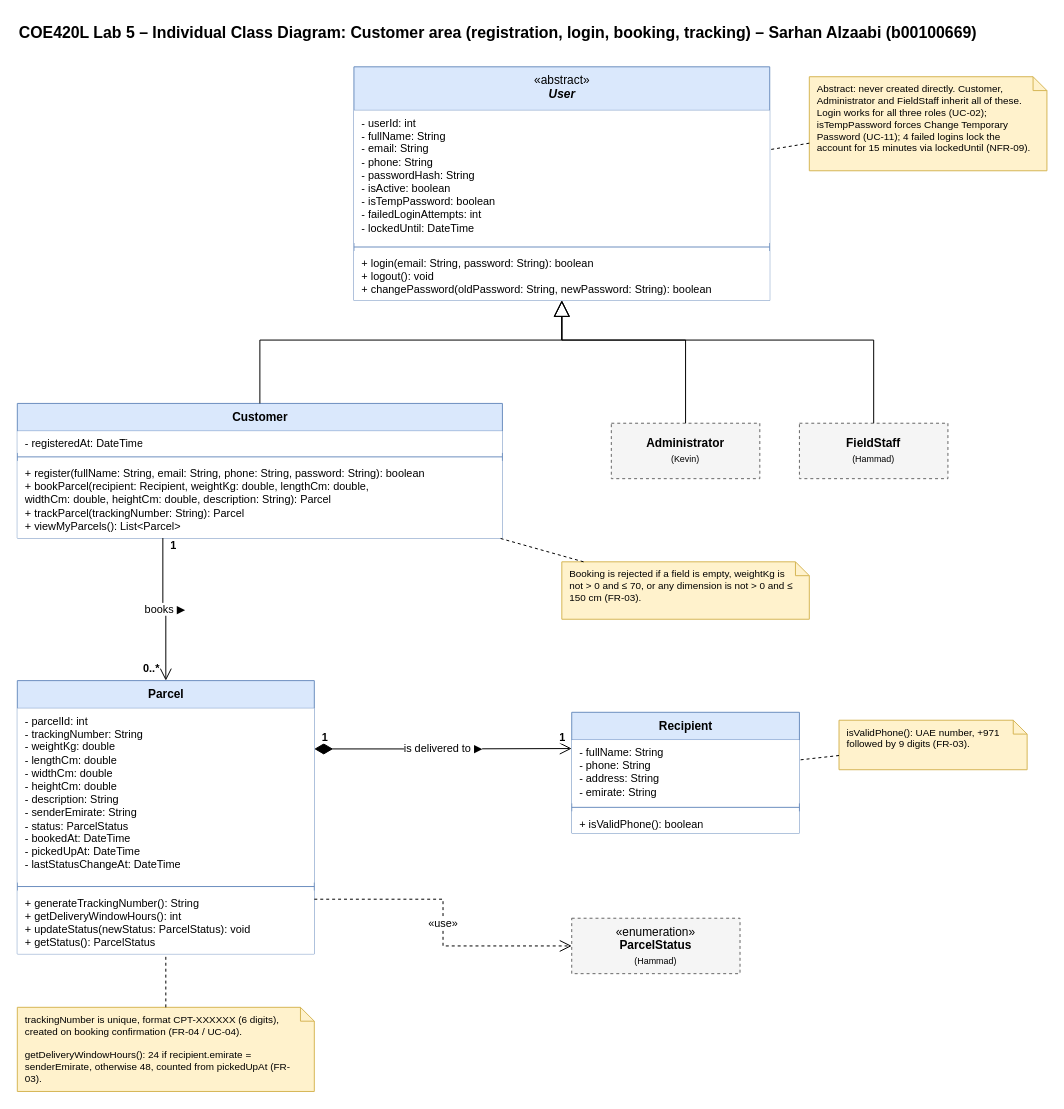
This is Project/Object_Modeling/Individual_Models/Sarhan_Alzaabi_Customer_Class_Diagram.drawio from COE420-Team10-F26/Courier_parcel_tracking_system, a draw.io file, before an edit. Source tidied: cells renumbered, new cells numbered last; positions are measured from the earlier drawing's top-left corner, leaving out a move shared by most shapes. Both pictures are drawn from the tidied source at 99%, with x=0, y=0 at pixel (17, 17).
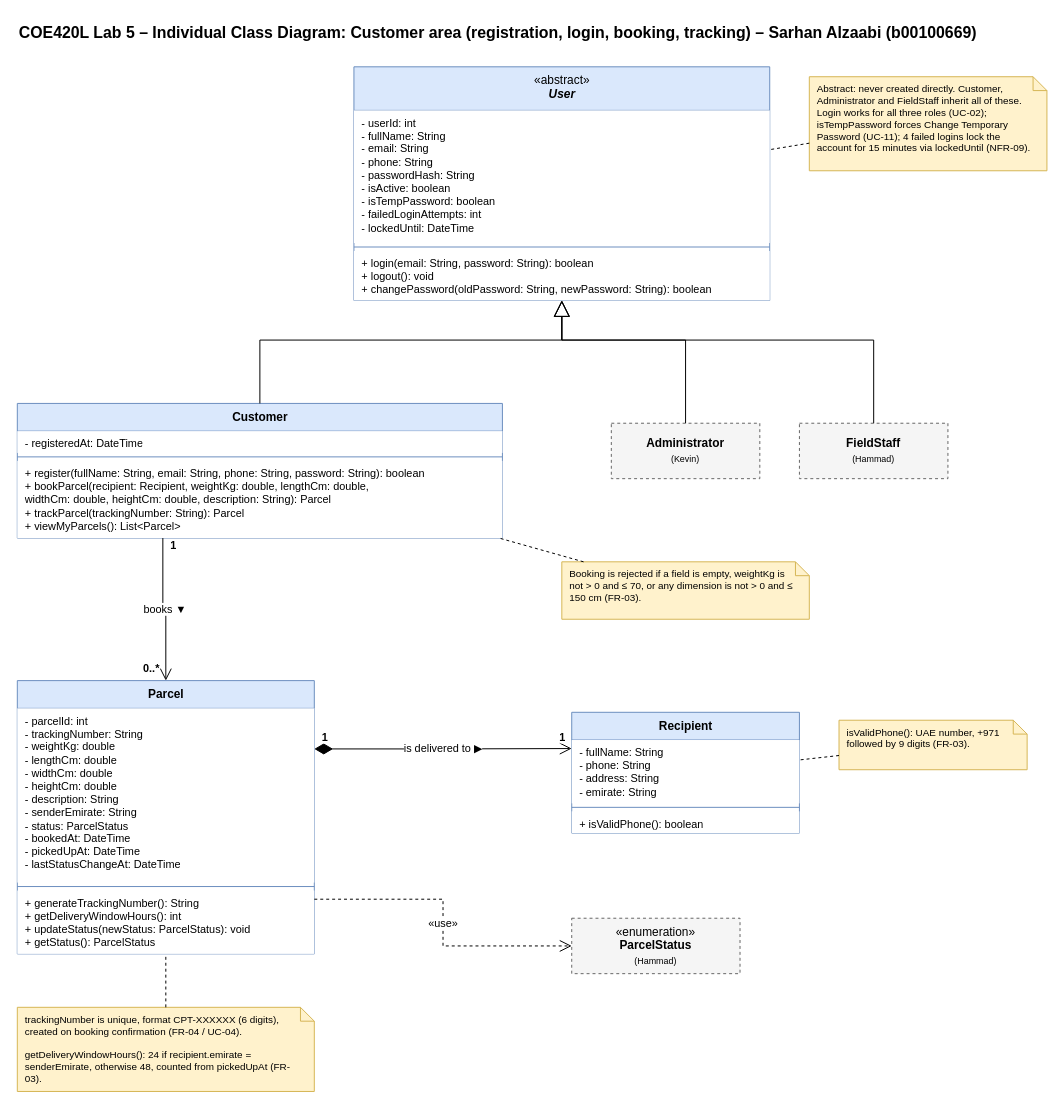
The same page after the edit.

The change refers to these unchanged cells:
```xml
<mxCell id="7" value="&lt;b&gt;Customer&lt;/b&gt;" style="swimlane;html=1;fontStyle=0;align=center;verticalAlign=top;horizontal=1;startSize=28;fillColor=#dae8fc;strokeColor=#6c8ebf;fontSize=12;" parent="1" vertex="1">
  <mxGeometry y="390" width="490" height="136" as="geometry" />
</mxCell>
<mxCell id="13" value="&lt;b&gt;Parcel&lt;/b&gt;" style="swimlane;html=1;fontStyle=0;align=center;verticalAlign=top;horizontal=1;startSize=28;fillColor=#dae8fc;strokeColor=#6c8ebf;fontSize=12;" parent="1" vertex="1">
  <mxGeometry y="670" width="300" height="276" as="geometry" />
</mxCell>
```

The edit, as a diff of the source:
```diff
@@
-    <mxCell id="25" value="books ▶" style="html=1;rounded=0;edgeStyle=orthogonalEdgeStyle;fontSize=11;endArrow=open;endSize=10;endFill=0;labelBackgroundColor=#ffffff;exitX=0.3;exitY=1;exitDx=0;exitDy=0;entryX=0.5;entryY=0;entryDx=0;entryDy=0;" parent="1" edge="1" source="7" target="13">
+    <mxCell id="25" value="books ▼" style="html=1;rounded=0;edgeStyle=orthogonalEdgeStyle;fontSize=11;endArrow=open;endSize=10;endFill=0;labelBackgroundColor=#ffffff;exitX=0.3;exitY=1;exitDx=0;exitDy=0;entryX=0.5;entryY=0;entryDx=0;entryDy=0;" parent="1" edge="1" source="7" target="13">
       <mxGeometry relative="1" as="geometry" />
     </mxCell>
```
